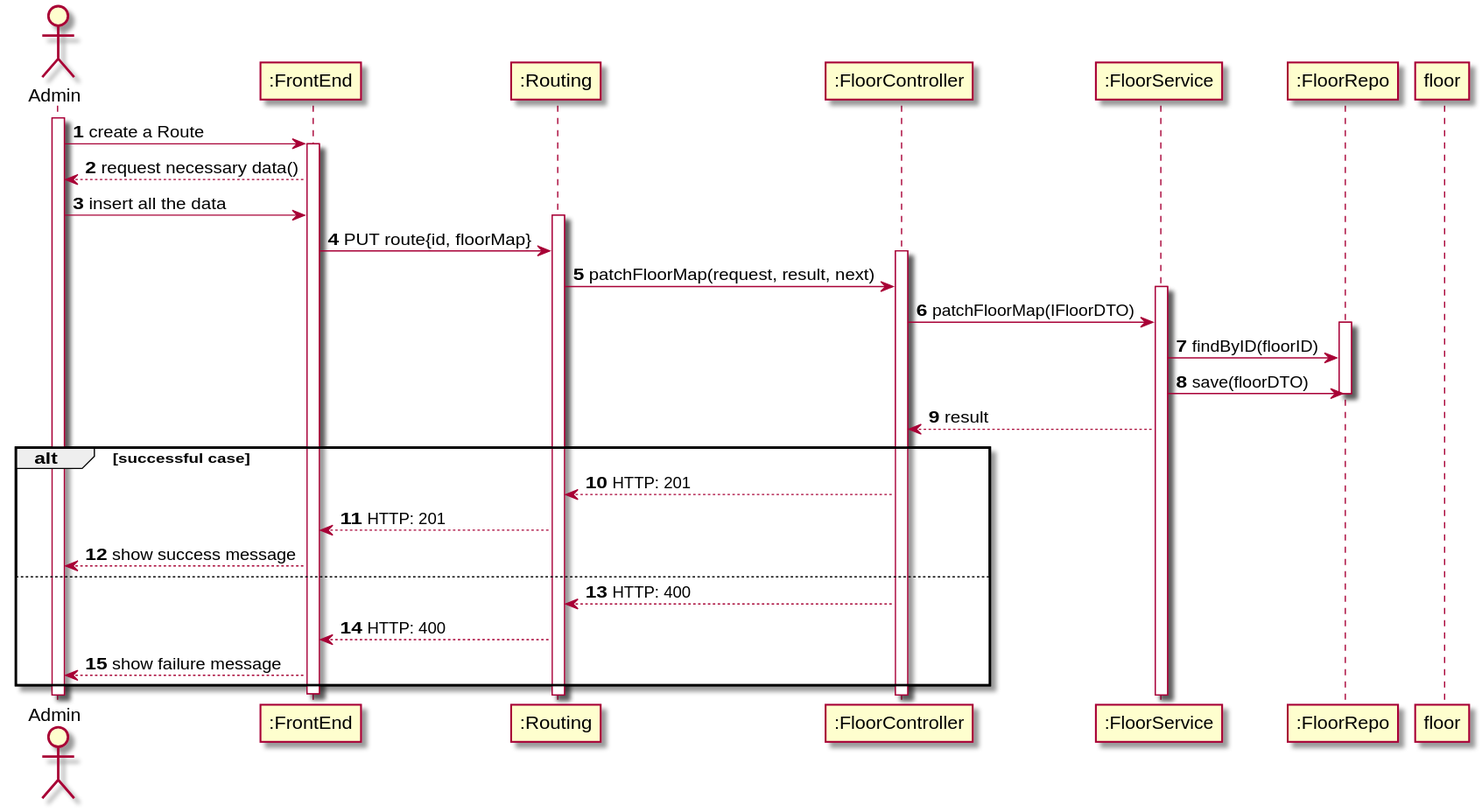
Earlier version of the PlantUML export docs/Sprint A/svg/docs/Sprint A/US230/Level3_patchFloorMap.svg (NunoTeixeiraMota/ProjetoIntegrador24). Its diagram source:
```plantuml
@startuml
autonumber
actor "Admin" as admin

participant ":FrontEnd" as sys
participant ":Routing" as route
participant ":FloorController" as ctrl
participant ":FloorService" as srvc
participant ":FloorRepo" as repo


activate admin

admin -> sys: create a Route
activate sys

sys --> admin: request necessary data()
admin -> sys : insert all the data
activate route
sys -> route: PUT route{id, floorMap}
activate ctrl
route -> ctrl: patchFloorMap(request, result, next)
activate srvc
ctrl -> srvc: patchFloorMap(IFloorDTO)
activate repo
srvc -> repo: findByID(floorID)
srvc -> repo: save(floorDTO)
deactivate repo
srvc --> ctrl: result

alt successful case
    ctrl --> route : HTTP: 201
    route --> sys: HTTP: 201
    sys --> admin: show success message
else
    ctrl --> route : HTTP: 400
    route --> sys: HTTP: 400
    sys --> admin: show failure message
end
deactivate floor
deactivate sys
@enduml
```
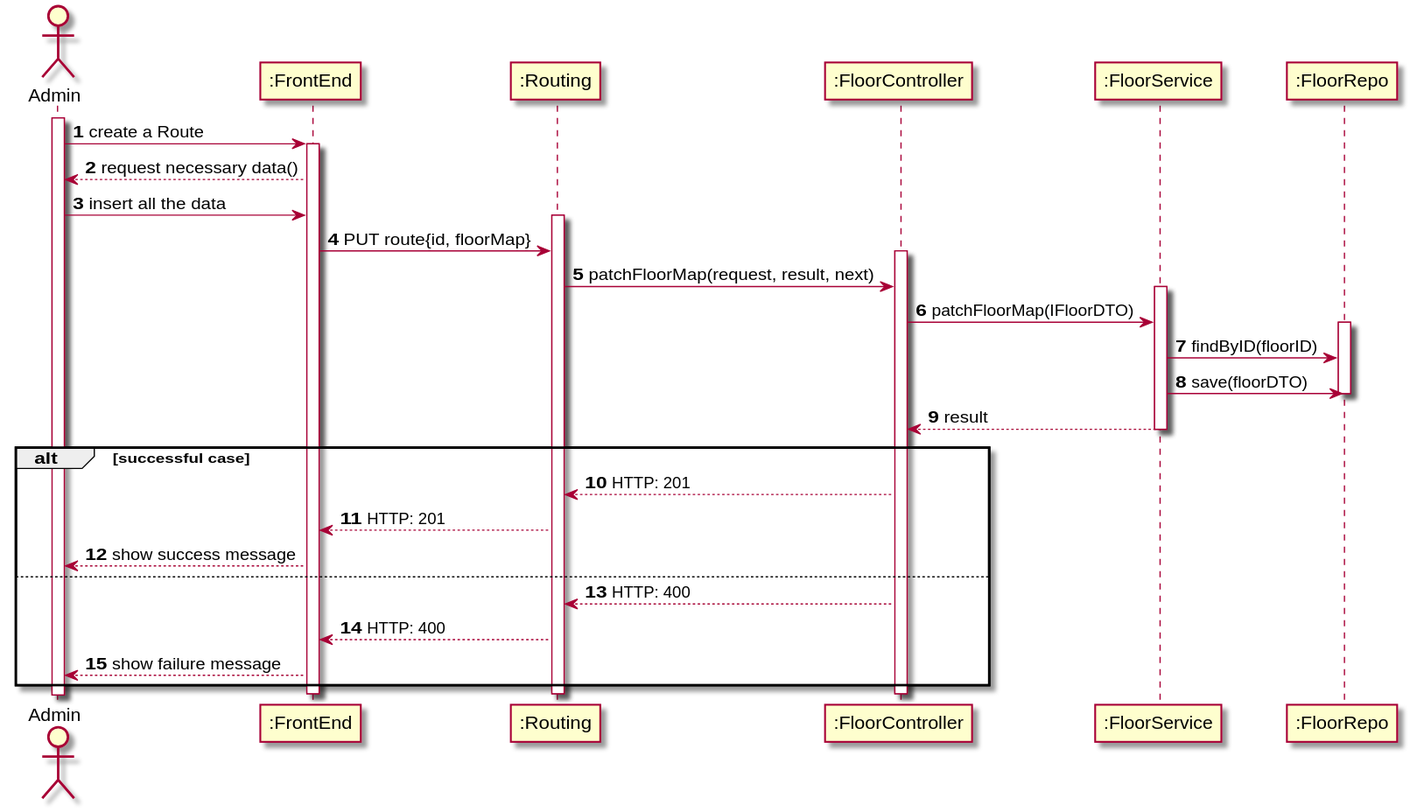
After the commit.

Diff of the diagram source:
```diff
@@ -10,10 +10,8 @@
 
 
 activate admin
-
 admin -> sys: create a Route
 activate sys
-
 sys --> admin: request necessary data()
 admin -> sys : insert all the data
 activate route
@@ -27,6 +25,7 @@
 srvc -> repo: save(floorDTO)
 deactivate repo
 srvc --> ctrl: result
+deactivate srvc
 
 alt successful case
     ctrl --> route : HTTP: 201
@@ -37,6 +36,8 @@
     route --> sys: HTTP: 400
     sys --> admin: show failure message
 end
-deactivate floor
+
+deactivate ctrl
+deactivate route
 deactivate sys
 @enduml
```
